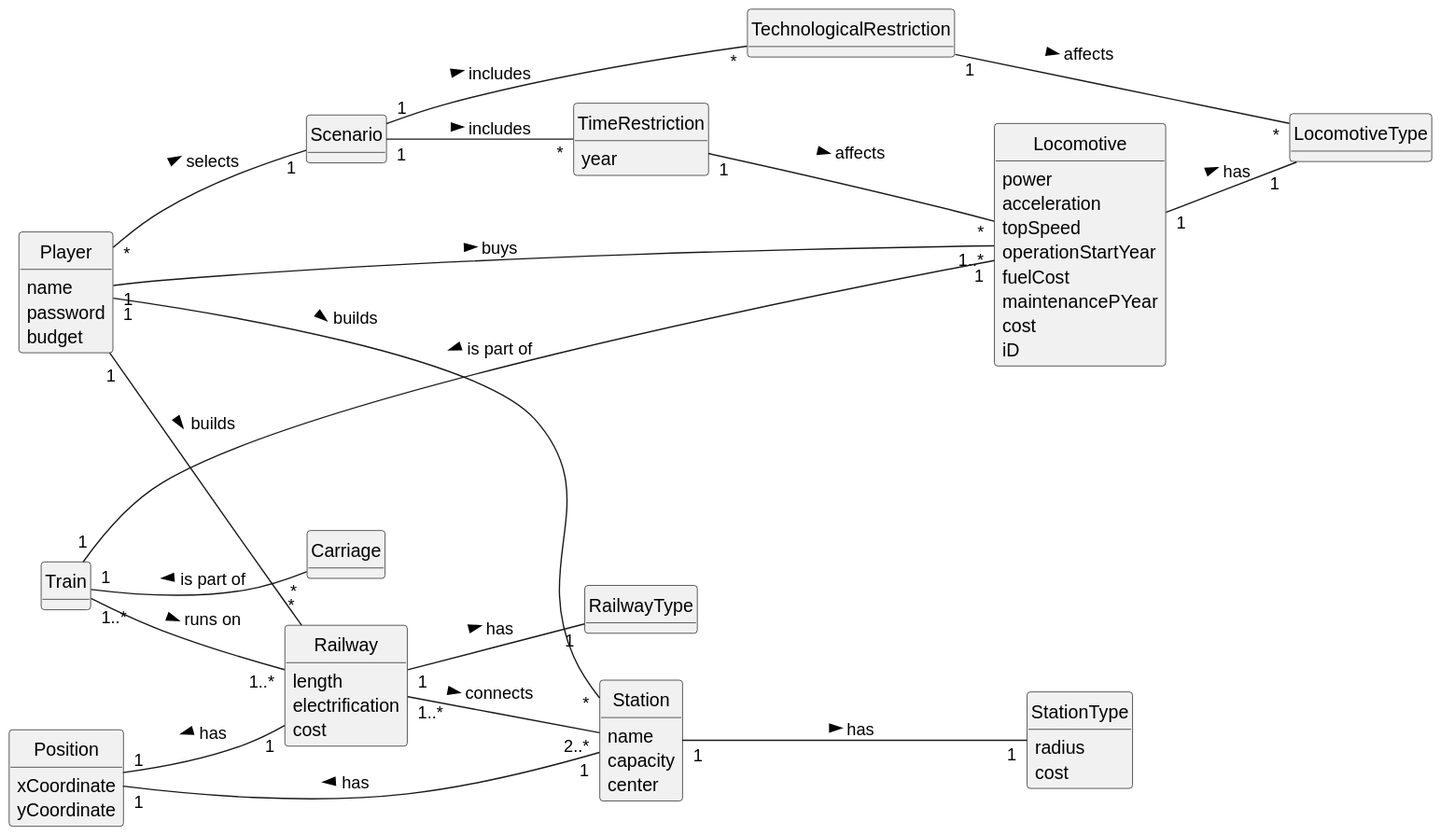
1240935/pi2-railway-simulator keeps this PlantUML diagram as Sprint2/US013/02.analysis/svg/US013-DM.svg. Above is the earlier version. Source of this version:
```plantuml
@startuml
skinparam monochrome true
skinparam packageStyle rectangle
skinparam shadowing false
skinparam classAttributeIconSize 0
hide circle
hide methods

left to right direction

class Player {
    name
    password
    budget
}

class Locomotive {
    power
    acceleration
    topSpeed
    operationStartYear
    fuelCost
    maintenancePYear
    cost
    iD
}

class LocomotiveType{
}

class Station {
    name
    capacity
    center
}

class StationType{
    radius
    cost
}

class Railway{
    length
    electrification
    cost
}

class RailwayType{
}

class Position{
    xCoordinate
    yCoordinate
}

class Train {
}

class Carriage{
}

class TimeRestriction{
    year
}

class TechnologicalRestriction{
}


Player "*" -- "1" Scenario : selects >
Player "1" -- "*" Station : builds >
Player "1" -- "*" Railway : builds >
Player "1" -- "1..*" Locomotive : buys >

Scenario "1" -- "*" TechnologicalRestriction: includes >
Scenario "1" -- "*" TimeRestriction: includes >

TimeRestriction "1" -- "*" Locomotive: affects >
TechnologicalRestriction "1" -- "*" LocomotiveType: affects >

Position "1" -- "1" Station: has <
Position "1" -- "1" Railway: has <

Station "1" -- "1" StationType: has >

Locomotive "1" -- "1" LocomotiveType: has >

Railway "1..*" -- "2..*" Station : connects >
Railway "1" -- "1" RailwayType: has >

Train "1" -- "1" Locomotive: is part of <
Train "1" -- "*" Carriage: is part of <
Train "1..*" -- "1..*" Railway: runs on >
@enduml
```
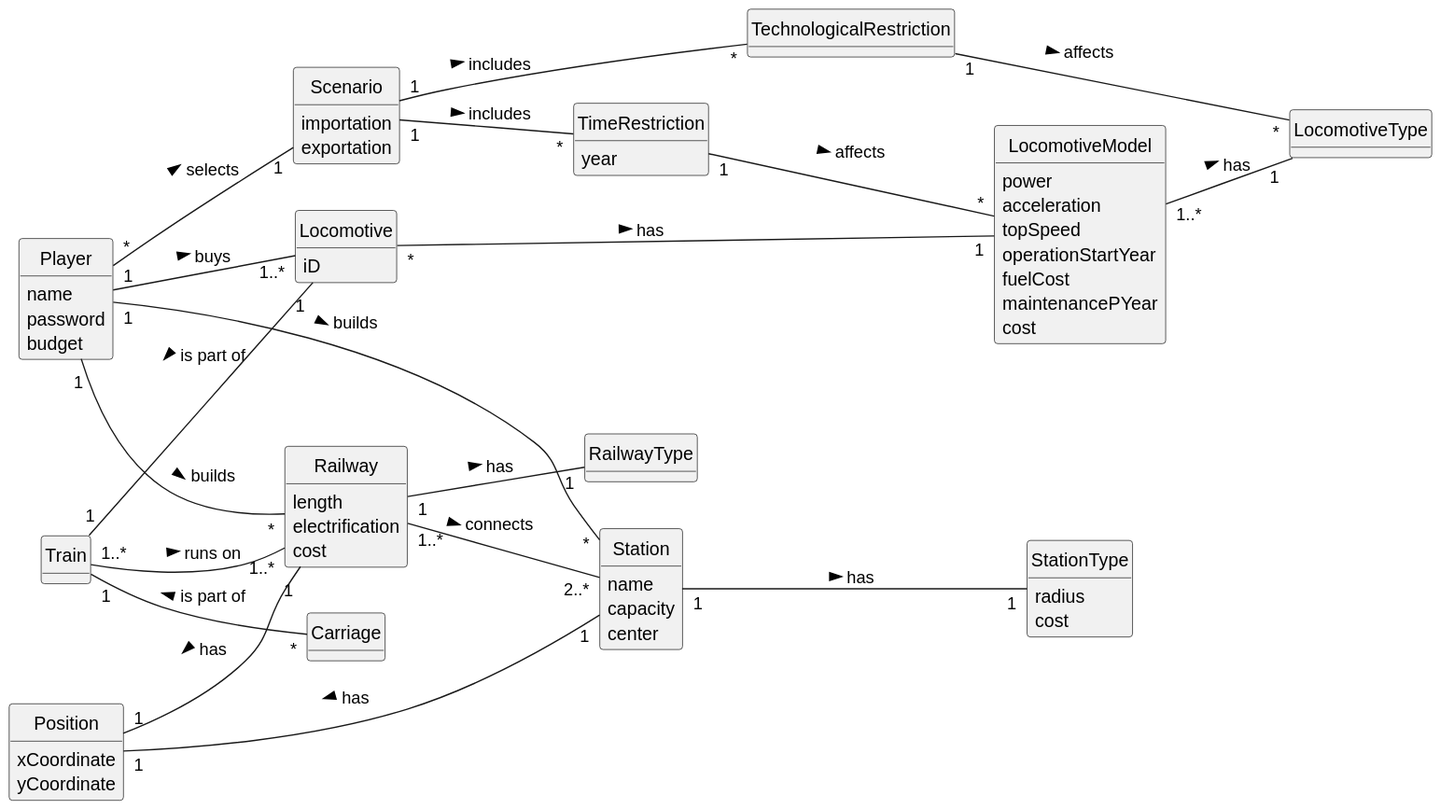
Later version of the same file.

The edit, as a diff of the source:
```diff
@@ -15,14 +15,17 @@
 }
 
 class Locomotive {
+    iD
+}
+
+class LocomotiveModel{
     power
-    acceleration
-    topSpeed
-    operationStartYear
-    fuelCost
-    maintenancePYear
-    cost
-    iD
+        acceleration
+        topSpeed
+        operationStartYear
+        fuelCost
+        maintenancePYear
+        cost
 }
 
 class LocomotiveType{
@@ -66,6 +69,11 @@
 class TechnologicalRestriction{
 }
 
+class Scenario{
+    importation
+    exportation
+}
+
 
 Player "*" -- "1" Scenario : selects >
 Player "1" -- "*" Station : builds >
@@ -75,7 +83,7 @@
 Scenario "1" -- "*" TechnologicalRestriction: includes >
 Scenario "1" -- "*" TimeRestriction: includes >
 
-TimeRestriction "1" -- "*" Locomotive: affects >
+TimeRestriction "1" -- "*" LocomotiveModel: affects >
 TechnologicalRestriction "1" -- "*" LocomotiveType: affects >
 
 Position "1" -- "1" Station: has <
@@ -83,7 +91,9 @@
 
 Station "1" -- "1" StationType: has >
 
-Locomotive "1" -- "1" LocomotiveType: has >
+Locomotive "*" -- "1" LocomotiveModel: has >
+LocomotiveModel "1..*" -- "1" LocomotiveType: has >
+
 
 Railway "1..*" -- "2..*" Station : connects >
 Railway "1" -- "1" RailwayType: has >
```
